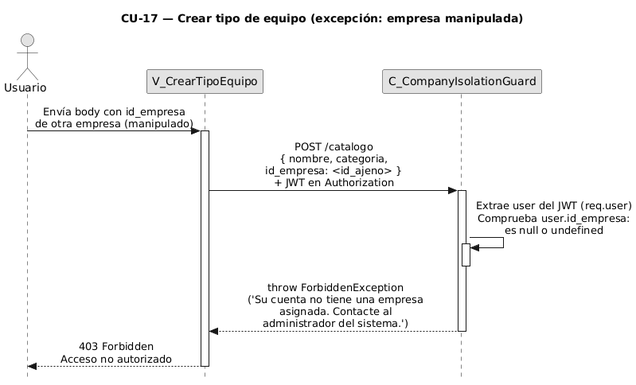
FSM-Finet-y-Cable-Magico/Team_1-Inventario-y-Bodega keeps this PlantUML diagram as diagramas-secuencia/CU17/CU17-exc-empresa-manipulada.png. Above is the earlier version.
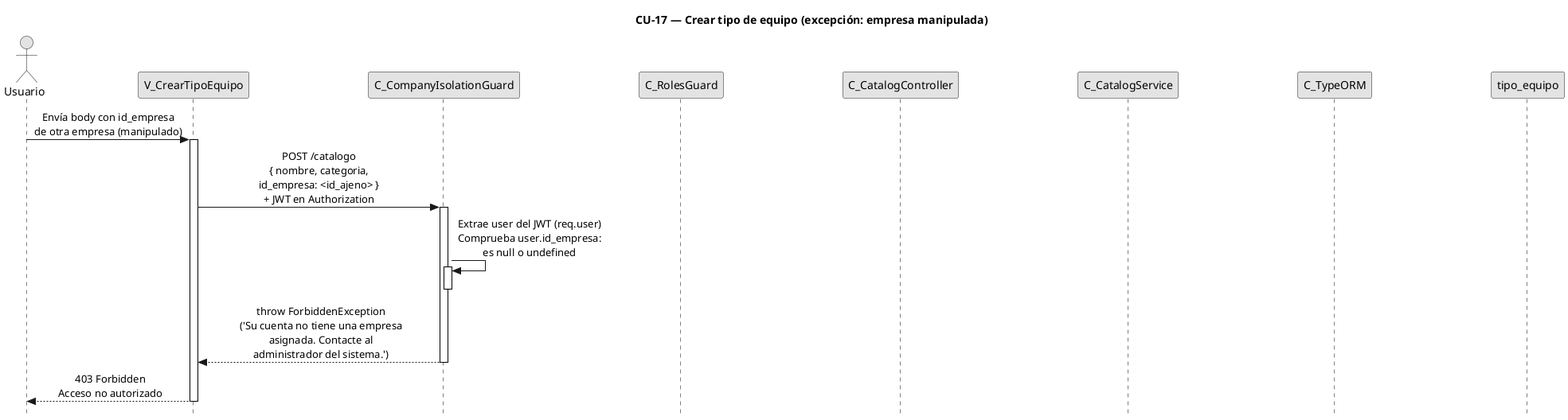
The same diagram one commit later.

The edit, as a diff of the source:
```diff
@@ -16,6 +16,11 @@
 actor "Usuario" as user
 participant "V_CrearTipoEquipo" as view
 participant "C_CompanyIsolationGuard" as guard
+participant "C_RolesGuard" as roles
+participant "C_CatalogController" as ctrl
+participant "C_CatalogService" as svc
+participant "C_TypeORM" as orm
+participant "tipo_equipo" as tent
 
 user -> view : Envía body con id_empresa\nde otra empresa (manipulado)
 activate view
```
